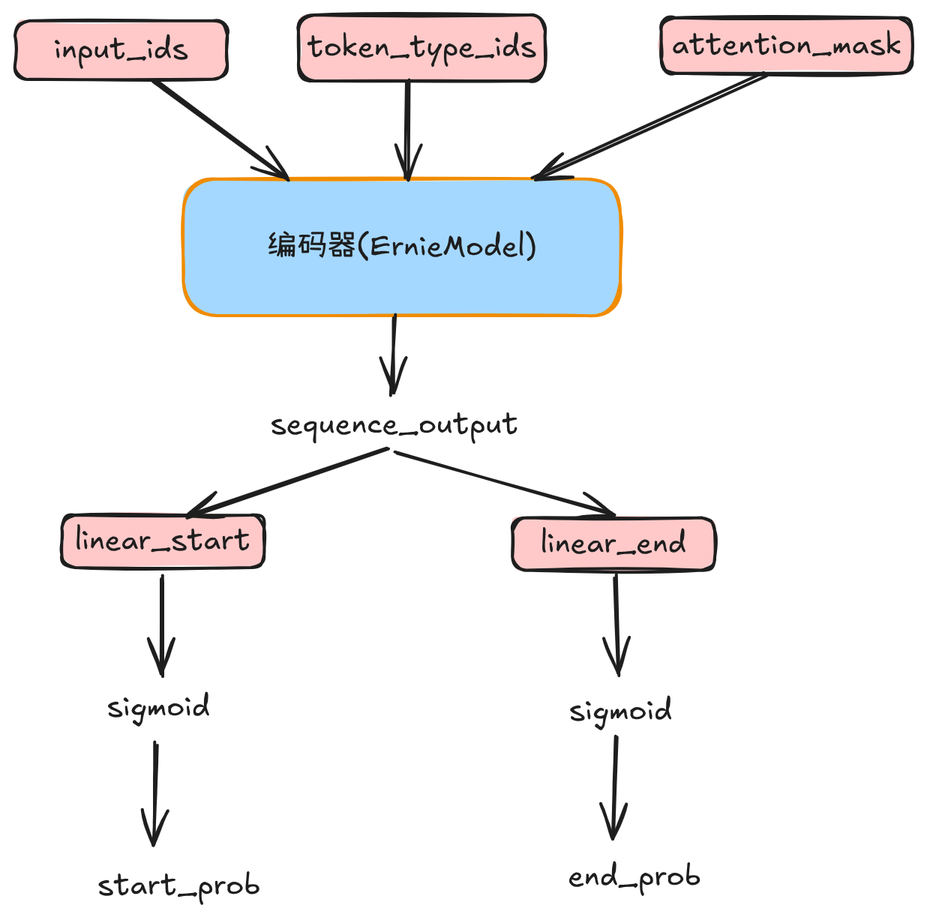
The Excalidraw diagram model-1.png in confucianzuoyuan/kg, before a commit. Source tidied: one line per element, renumbered; positions are measured from the earlier drawing's top-left corner, leaving out a move shared by most shapes. Its diagram source:
```json
{"id": 0, "type": "rectangle", "strokeColor": "#f08c00", "backgroundColor": "#a5d8ff", "fillStyle": "solid", "strokeWidth": 2, "roughness": 1, "round": true, "x": 112, "y": 109, "width": 291, "height": 91}
{"id": 1, "type": "text", "text": "编码器(ErnieModel)", "strokeColor": "#1e1e1e", "backgroundColor": "#a5d8ff", "fillStyle": "solid", "strokeWidth": 2, "roughness": 1, "fontSize": 20, "fontFamily": 5, "textAlign": "center", "verticalAlign": "middle", "inside": 0, "x": 168, "y": 142, "width": 180, "height": 25}
{"id": 2, "type": "rectangle", "strokeColor": "#1e1e1e", "backgroundColor": "#ffc9c9", "fillStyle": "solid", "strokeWidth": 2, "roughness": 1, "round": true, "x": 0, "y": 4, "width": 142, "height": 39}
{"id": 3, "type": "text", "text": "input_ids", "strokeColor": "#1e1e1e", "backgroundColor": "#ffc9c9", "fillStyle": "solid", "strokeWidth": 2, "roughness": 1, "fontSize": 20, "fontFamily": 5, "textAlign": "center", "verticalAlign": "middle", "inside": 2, "x": 26, "y": 11, "width": 89, "height": 25}
{"id": 4, "type": "rectangle", "strokeColor": "#1e1e1e", "backgroundColor": "#ffc9c9", "fillStyle": "solid", "strokeWidth": 2, "roughness": 1, "round": true, "x": 189, "y": 0, "width": 165, "height": 44}
{"id": 5, "type": "text", "text": "token_type_ids", "strokeColor": "#1e1e1e", "backgroundColor": "#ffc9c9", "fillStyle": "solid", "strokeWidth": 2, "roughness": 1, "fontSize": 20, "fontFamily": 5, "textAlign": "center", "verticalAlign": "middle", "inside": 4, "x": 195, "y": 10, "width": 153, "height": 25}
{"id": 6, "type": "rectangle", "strokeColor": "#1e1e1e", "backgroundColor": "#ffc9c9", "fillStyle": "solid", "strokeWidth": 2, "roughness": 1, "round": true, "x": 431, "y": 2, "width": 167, "height": 37}
{"id": 7, "type": "text", "text": "attention_mask", "strokeColor": "#1e1e1e", "backgroundColor": "#ffc9c9", "fillStyle": "solid", "strokeWidth": 2, "roughness": 1, "fontSize": 20, "fontFamily": 5, "textAlign": "center", "verticalAlign": "middle", "inside": 6, "x": 438, "y": 8, "width": 153, "height": 25}
{"id": 8, "type": "arrow", "strokeColor": "#1e1e1e", "backgroundColor": "#ffc9c9", "fillStyle": "solid", "strokeWidth": 2, "roughness": 1, "endArrowhead": "arrow", "round": true, "from": 2, "to": 0, "x": 92, "y": 44, "width": 89, "height": 65, "points": [[0, 0], [89, 65]]}
{"id": 9, "type": "arrow", "strokeColor": "#1e1e1e", "backgroundColor": "#ffc9c9", "fillStyle": "solid", "strokeWidth": 2, "roughness": 1, "endArrowhead": "arrow", "round": true, "from": 4, "to": 0, "x": 262, "y": 45, "width": 0, "height": 64, "points": [[0, 0], [0, 64]]}
{"id": 10, "type": "arrow", "strokeColor": "#1e1e1e", "backgroundColor": "#ffc9c9", "fillStyle": "solid", "strokeWidth": 2, "roughness": 1, "endArrowhead": "arrow", "round": true, "from": 6, "to": 0, "x": 500, "y": 39, "width": 154, "height": 70, "points": [[0, 0], [-154, 70]]}
{"id": 11, "type": "arrow", "strokeColor": "#1e1e1e", "backgroundColor": "#ffc9c9", "fillStyle": "solid", "strokeWidth": 2, "roughness": 1, "endArrowhead": "arrow", "round": true, "from": 0, "x": 253, "y": 200, "width": 2, "height": 52, "points": [[0, 0], [-2, 52]]}
{"id": 12, "type": "text", "text": "sequence_output", "strokeColor": "#1e1e1e", "backgroundColor": "#ffc9c9", "fillStyle": "solid", "strokeWidth": 2, "roughness": 1, "fontSize": 20, "fontFamily": 5, "x": 170, "y": 261, "width": 166, "height": 25}
{"id": 13, "type": "rectangle", "strokeColor": "#1e1e1e", "backgroundColor": "#ffc9c9", "fillStyle": "solid", "strokeWidth": 2, "roughness": 1, "round": true, "x": 31, "y": 333, "width": 135, "height": 35}
{"id": 14, "type": "text", "text": "linear_start", "strokeColor": "#1e1e1e", "backgroundColor": "#ffc9c9", "fillStyle": "solid", "strokeWidth": 2, "roughness": 1, "fontSize": 20, "fontFamily": 5, "textAlign": "center", "verticalAlign": "middle", "inside": 13, "x": 40, "y": 338, "width": 117, "height": 25}
{"id": 15, "type": "rectangle", "strokeColor": "#1e1e1e", "backgroundColor": "#ffc9c9", "fillStyle": "solid", "strokeWidth": 2, "roughness": 1, "round": true, "x": 332, "y": 335, "width": 135, "height": 35}
{"id": 16, "type": "text", "text": "linear_end", "strokeColor": "#1e1e1e", "backgroundColor": "#ffc9c9", "fillStyle": "solid", "strokeWidth": 2, "roughness": 1, "fontSize": 20, "fontFamily": 5, "textAlign": "center", "verticalAlign": "middle", "inside": 15, "x": 350, "y": 340, "width": 97, "height": 25}
{"id": 17, "type": "arrow", "strokeColor": "#1e1e1e", "backgroundColor": "#ffc9c9", "fillStyle": "solid", "strokeWidth": 2, "roughness": 1, "endArrowhead": "arrow", "round": true, "from": 12, "to": 13, "x": 249, "y": 288, "width": 135, "height": 46, "points": [[0, 0], [-135, 46]]}
{"id": 18, "type": "arrow", "strokeColor": "#1e1e1e", "backgroundColor": "#ffc9c9", "fillStyle": "solid", "strokeWidth": 2, "roughness": 1, "endArrowhead": "arrow", "round": true, "from": 12, "to": 15, "x": 255, "y": 292, "width": 144, "height": 40, "points": [[0, 0], [144, 40]]}
{"id": 19, "type": "arrow", "strokeColor": "#1e1e1e", "backgroundColor": "#ffc9c9", "fillStyle": "solid", "strokeWidth": 2, "roughness": 1, "endArrowhead": "arrow", "round": true, "from": 13, "x": 97, "y": 374, "width": 2, "height": 66, "points": [[0, 0], [2, 66]]}
{"id": 20, "type": "arrow", "strokeColor": "#1e1e1e", "backgroundColor": "#ffc9c9", "fillStyle": "solid", "strokeWidth": 2, "roughness": 1, "endArrowhead": "arrow", "round": true, "x": 400, "y": 374, "width": 2, "height": 66, "points": [[0, 0], [2, 66]]}
{"id": 21, "type": "text", "text": "sigmoid", "strokeColor": "#1e1e1e", "backgroundColor": "#ffc9c9", "fillStyle": "solid", "strokeWidth": 2, "roughness": 1, "fontSize": 20, "fontFamily": 5, "x": 61, "y": 449, "width": 69, "height": 25}
{"id": 22, "type": "text", "text": "sigmoid", "strokeColor": "#1e1e1e", "backgroundColor": "#ffc9c9", "fillStyle": "solid", "strokeWidth": 2, "roughness": 1, "fontSize": 20, "fontFamily": 5, "x": 369, "y": 452, "width": 69, "height": 25}
{"id": 23, "type": "arrow", "strokeColor": "#1e1e1e", "backgroundColor": "#ffc9c9", "fillStyle": "solid", "strokeWidth": 2, "roughness": 1, "endArrowhead": "arrow", "round": true, "from": 21, "x": 94, "y": 485, "width": 2, "height": 68, "points": [[0, 0], [-2, 68]]}
{"id": 24, "type": "arrow", "strokeColor": "#1e1e1e", "backgroundColor": "#ffc9c9", "fillStyle": "solid", "strokeWidth": 2, "roughness": 1, "endArrowhead": "arrow", "round": true, "x": 400, "y": 481, "width": 2, "height": 68, "points": [[0, 0], [-2, 68]]}
{"id": 25, "type": "text", "text": "start_prob", "strokeColor": "#1e1e1e", "backgroundColor": "#ffc9c9", "fillStyle": "solid", "strokeWidth": 2, "roughness": 1, "fontSize": 20, "fontFamily": 5, "x": 55, "y": 569, "width": 109, "height": 25}
{"id": 26, "type": "text", "text": "end_prob", "strokeColor": "#1e1e1e", "backgroundColor": "#ffc9c9", "fillStyle": "solid", "strokeWidth": 2, "roughness": 1, "fontSize": 20, "fontFamily": 5, "x": 369, "y": 562, "width": 89, "height": 25}
```
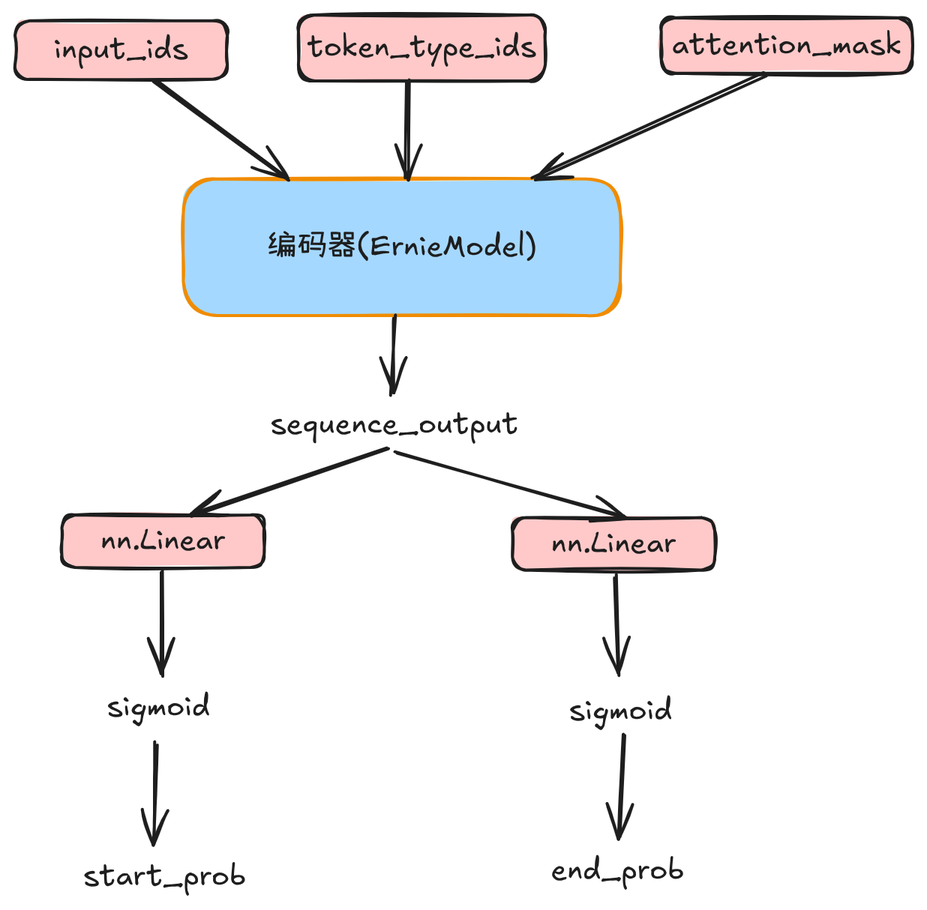
Later version of the same file.

The edit, as a diff of the source:
```diff
@@ -6,22 +6,22 @@
 {"id": 5, "type": "text", "text": "token_type_ids", "strokeColor": "#1e1e1e", "backgroundColor": "#ffc9c9", "fillStyle": "solid", "strokeWidth": 2, "roughness": 1, "fontSize": 20, "fontFamily": 5, "textAlign": "center", "verticalAlign": "middle", "inside": 4, "x": 195, "y": 10, "width": 153, "height": 25}
 {"id": 6, "type": "rectangle", "strokeColor": "#1e1e1e", "backgroundColor": "#ffc9c9", "fillStyle": "solid", "strokeWidth": 2, "roughness": 1, "round": true, "x": 431, "y": 2, "width": 167, "height": 37}
 {"id": 7, "type": "text", "text": "attention_mask", "strokeColor": "#1e1e1e", "backgroundColor": "#ffc9c9", "fillStyle": "solid", "strokeWidth": 2, "roughness": 1, "fontSize": 20, "fontFamily": 5, "textAlign": "center", "verticalAlign": "middle", "inside": 6, "x": 438, "y": 8, "width": 153, "height": 25}
-{"id": 8, "type": "arrow", "strokeColor": "#1e1e1e", "backgroundColor": "#ffc9c9", "fillStyle": "solid", "strokeWidth": 2, "roughness": 1, "endArrowhead": "arrow", "round": true, "from": 2, "to": 0, "x": 92, "y": 44, "width": 89, "height": 65, "points": [[0, 0], [89, 65]]}
+{"id": 8, "type": "arrow", "strokeColor": "#1e1e1e", "backgroundColor": "#ffc9c9", "fillStyle": "solid", "strokeWidth": 2, "roughness": 1, "endArrowhead": "arrow", "round": true, "from": 2, "to": 0, "x": 93, "y": 44, "width": 89, "height": 65, "points": [[0, 0], [89, 65]]}
-{"id": 9, "type": "arrow", "strokeColor": "#1e1e1e", "backgroundColor": "#ffc9c9", "fillStyle": "solid", "strokeWidth": 2, "roughness": 1, "endArrowhead": "arrow", "round": true, "from": 4, "to": 0, "x": 262, "y": 45, "width": 0, "height": 64, "points": [[0, 0], [0, 64]]}
+{"id": 9, "type": "arrow", "strokeColor": "#1e1e1e", "backgroundColor": "#ffc9c9", "fillStyle": "solid", "strokeWidth": 2, "roughness": 1, "endArrowhead": "arrow", "round": true, "from": 4, "to": 0, "x": 262, "y": 45, "width": 1, "height": 64, "points": [[0, 0], [-1, 64]]}
 {"id": 10, "type": "arrow", "strokeColor": "#1e1e1e", "backgroundColor": "#ffc9c9", "fillStyle": "solid", "strokeWidth": 2, "roughness": 1, "endArrowhead": "arrow", "round": true, "from": 6, "to": 0, "x": 500, "y": 39, "width": 154, "height": 70, "points": [[0, 0], [-154, 70]]}
-{"id": 11, "type": "arrow", "strokeColor": "#1e1e1e", "backgroundColor": "#ffc9c9", "fillStyle": "solid", "strokeWidth": 2, "roughness": 1, "endArrowhead": "arrow", "round": true, "from": 0, "x": 253, "y": 200, "width": 2, "height": 52, "points": [[0, 0], [-2, 52]]}
+{"id": 11, "type": "arrow", "strokeColor": "#1e1e1e", "backgroundColor": "#ffc9c9", "fillStyle": "solid", "strokeWidth": 2, "roughness": 1, "endArrowhead": "arrow", "round": true, "from": 0, "x": 253, "y": 201, "width": 2, "height": 52, "points": [[0, 0], [-2, 52]]}
 {"id": 12, "type": "text", "text": "sequence_output", "strokeColor": "#1e1e1e", "backgroundColor": "#ffc9c9", "fillStyle": "solid", "strokeWidth": 2, "roughness": 1, "fontSize": 20, "fontFamily": 5, "x": 170, "y": 261, "width": 166, "height": 25}
 {"id": 13, "type": "rectangle", "strokeColor": "#1e1e1e", "backgroundColor": "#ffc9c9", "fillStyle": "solid", "strokeWidth": 2, "roughness": 1, "round": true, "x": 31, "y": 333, "width": 135, "height": 35}
-{"id": 14, "type": "text", "text": "linear_start", "strokeColor": "#1e1e1e", "backgroundColor": "#ffc9c9", "fillStyle": "solid", "strokeWidth": 2, "roughness": 1, "fontSize": 20, "fontFamily": 5, "textAlign": "center", "verticalAlign": "middle", "inside": 13, "x": 40, "y": 338, "width": 117, "height": 25}
+{"id": 14, "type": "text", "text": "nn.Linear", "strokeColor": "#1e1e1e", "backgroundColor": "#ffc9c9", "fillStyle": "solid", "strokeWidth": 2, "roughness": 1, "fontSize": 20, "fontFamily": 5, "textAlign": "center", "verticalAlign": "middle", "inside": 13, "x": 57, "y": 338, "width": 83, "height": 25}
 {"id": 15, "type": "rectangle", "strokeColor": "#1e1e1e", "backgroundColor": "#ffc9c9", "fillStyle": "solid", "strokeWidth": 2, "roughness": 1, "round": true, "x": 332, "y": 335, "width": 135, "height": 35}
-{"id": 16, "type": "text", "text": "linear_end", "strokeColor": "#1e1e1e", "backgroundColor": "#ffc9c9", "fillStyle": "solid", "strokeWidth": 2, "roughness": 1, "fontSize": 20, "fontFamily": 5, "textAlign": "center", "verticalAlign": "middle", "inside": 15, "x": 350, "y": 340, "width": 97, "height": 25}
+{"id": 16, "type": "text", "text": "nn.Linear", "strokeColor": "#1e1e1e", "backgroundColor": "#ffc9c9", "fillStyle": "solid", "strokeWidth": 2, "roughness": 1, "fontSize": 20, "fontFamily": 5, "textAlign": "center", "verticalAlign": "middle", "inside": 15, "x": 357, "y": 340, "width": 83, "height": 25}
-{"id": 17, "type": "arrow", "strokeColor": "#1e1e1e", "backgroundColor": "#ffc9c9", "fillStyle": "solid", "strokeWidth": 2, "roughness": 1, "endArrowhead": "arrow", "round": true, "from": 12, "to": 13, "x": 249, "y": 288, "width": 135, "height": 46, "points": [[0, 0], [-135, 46]]}
+{"id": 17, "type": "arrow", "strokeColor": "#1e1e1e", "backgroundColor": "#ffc9c9", "fillStyle": "solid", "strokeWidth": 2, "roughness": 1, "endArrowhead": "arrow", "round": true, "from": 12, "to": 13, "x": 249, "y": 288, "width": 132, "height": 45, "points": [[0, 0], [-132, 45]]}
-{"id": 18, "type": "arrow", "strokeColor": "#1e1e1e", "backgroundColor": "#ffc9c9", "fillStyle": "solid", "strokeWidth": 2, "roughness": 1, "endArrowhead": "arrow", "round": true, "from": 12, "to": 15, "x": 255, "y": 292, "width": 144, "height": 40, "points": [[0, 0], [144, 40]]}
+{"id": 18, "type": "arrow", "strokeColor": "#1e1e1e", "backgroundColor": "#ffc9c9", "fillStyle": "solid", "strokeWidth": 2, "roughness": 1, "endArrowhead": "arrow", "round": true, "from": 12, "to": 15, "x": 255, "y": 292, "width": 152, "height": 42, "points": [[0, 0], [152, 42]]}
-{"id": 19, "type": "arrow", "strokeColor": "#1e1e1e", "backgroundColor": "#ffc9c9", "fillStyle": "solid", "strokeWidth": 2, "roughness": 1, "endArrowhead": "arrow", "round": true, "from": 13, "x": 97, "y": 374, "width": 2, "height": 66, "points": [[0, 0], [2, 66]]}
+{"id": 19, "type": "arrow", "strokeColor": "#1e1e1e", "backgroundColor": "#ffc9c9", "fillStyle": "solid", "strokeWidth": 2, "roughness": 1, "endArrowhead": "arrow", "round": true, "from": 13, "x": 97, "y": 370, "width": 2, "height": 70, "points": [[0, 0], [2, 70]]}
 {"id": 20, "type": "arrow", "strokeColor": "#1e1e1e", "backgroundColor": "#ffc9c9", "fillStyle": "solid", "strokeWidth": 2, "roughness": 1, "endArrowhead": "arrow", "round": true, "x": 400, "y": 374, "width": 2, "height": 66, "points": [[0, 0], [2, 66]]}
 {"id": 21, "type": "text", "text": "sigmoid", "strokeColor": "#1e1e1e", "backgroundColor": "#ffc9c9", "fillStyle": "solid", "strokeWidth": 2, "roughness": 1, "fontSize": 20, "fontFamily": 5, "x": 61, "y": 449, "width": 69, "height": 25}
 {"id": 22, "type": "text", "text": "sigmoid", "strokeColor": "#1e1e1e", "backgroundColor": "#ffc9c9", "fillStyle": "solid", "strokeWidth": 2, "roughness": 1, "fontSize": 20, "fontFamily": 5, "x": 369, "y": 452, "width": 69, "height": 25}
 {"id": 23, "type": "arrow", "strokeColor": "#1e1e1e", "backgroundColor": "#ffc9c9", "fillStyle": "solid", "strokeWidth": 2, "roughness": 1, "endArrowhead": "arrow", "round": true, "from": 21, "x": 94, "y": 485, "width": 2, "height": 68, "points": [[0, 0], [-2, 68]]}
-{"id": 24, "type": "arrow", "strokeColor": "#1e1e1e", "backgroundColor": "#ffc9c9", "fillStyle": "solid", "strokeWidth": 2, "roughness": 1, "endArrowhead": "arrow", "round": true, "x": 400, "y": 481, "width": 2, "height": 68, "points": [[0, 0], [-2, 68]]}
+{"id": 27, "type": "arrow", "strokeColor": "#1e1e1e", "backgroundColor": "#ffc9c9", "fillStyle": "solid", "strokeWidth": 2, "roughness": 1, "endArrowhead": "arrow", "round": true, "x": 405, "y": 480, "width": 2, "height": 68, "points": [[0, 0], [-2, 68]]}
-{"id": 25, "type": "text", "text": "start_prob", "strokeColor": "#1e1e1e", "backgroundColor": "#ffc9c9", "fillStyle": "solid", "strokeWidth": 2, "roughness": 1, "fontSize": 20, "fontFamily": 5, "x": 55, "y": 569, "width": 109, "height": 25}
+{"id": 25, "type": "text", "text": "start_prob", "strokeColor": "#1e1e1e", "backgroundColor": "#ffec99", "fillStyle": "solid", "strokeWidth": 2, "roughness": 1, "fontSize": 20, "fontFamily": 5, "x": 45, "y": 562, "width": 109, "height": 25}
-{"id": 26, "type": "text", "text": "end_prob", "strokeColor": "#1e1e1e", "backgroundColor": "#ffc9c9", "fillStyle": "solid", "strokeWidth": 2, "roughness": 1, "fontSize": 20, "fontFamily": 5, "x": 369, "y": 562, "width": 89, "height": 25}
+{"id": 26, "type": "text", "text": "end_prob", "strokeColor": "#1e1e1e", "backgroundColor": "#ffec99", "fillStyle": "solid", "strokeWidth": 2, "roughness": 1, "fontSize": 20, "fontFamily": 5, "x": 357, "y": 558, "width": 89, "height": 25}
```
